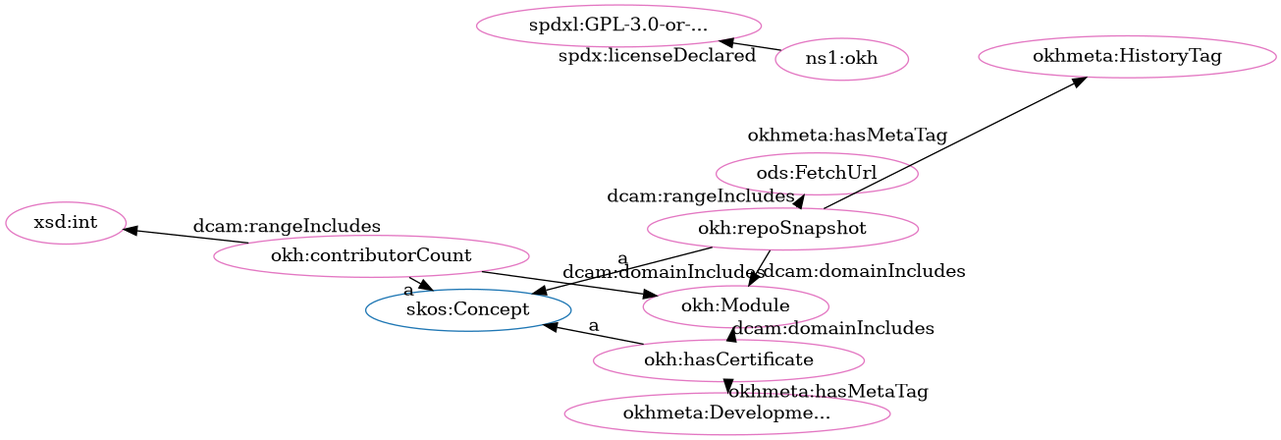
The Graphviz diagram src/spec/dot_okh_proposed-clean.png in iop-alliance/OpenKnowHow, before a commit. Its source is kept beside it as src/spec/dot_okh_proposed-clean.dot.
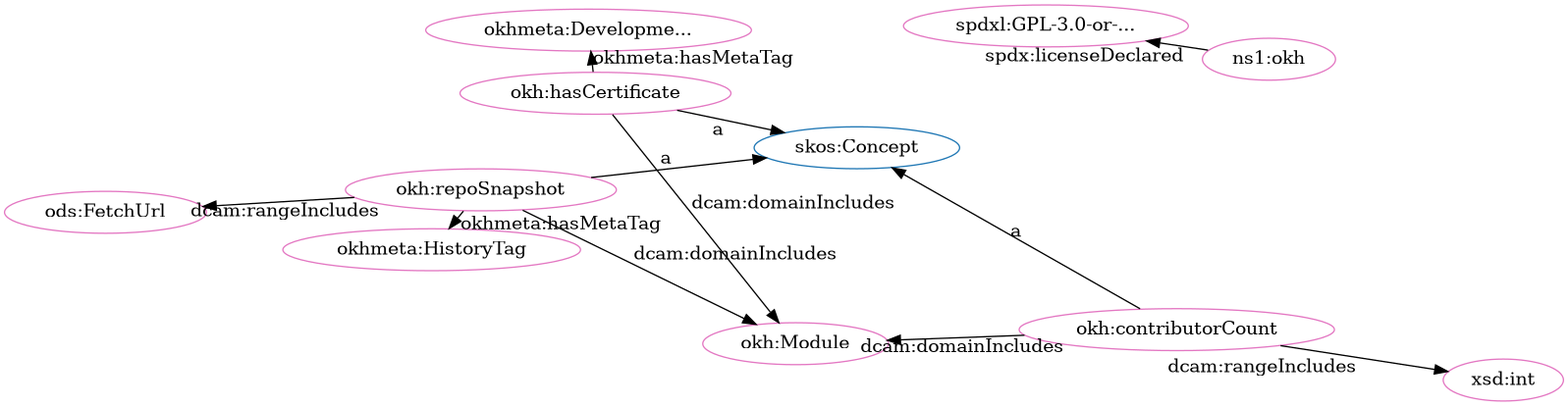
Later version of the same file.

What changed in the source:
```diff
@@ -2,25 +2,25 @@
   rankdir=BT
   node[height=.3]
 "http://www.w3.org/2004/02/skos/core#Concept" [fillcolor="#1f77b4" color="#1f77b4" label="skos:Concept"]
+"http://w3id.org/oseg/ont/ods#FetchUrl" [fillcolor="#e377c2" color="#e377c2" label="ods:FetchUrl"]
+"http://w3id.org/oseg/ont/okhmeta#HistoryTag" [fillcolor="#e377c2" color="#e377c2" label="okhmeta:HistoryTag"]
+"http://w3id.org/oseg/ont/okh#hasCertificate" [fillcolor="#e377c2" color="#e377c2" label="okh:hasCertificate"]
+"http://w3id.org/oseg/ont/okh#contributorCount" [fillcolor="#e377c2" color="#e377c2" label="okh:contributorCount"]
 "http://w3id.org/oseg/ont/okh#repoSnapshot" [fillcolor="#e377c2" color="#e377c2" label="okh:repoSnapshot"]
-"http://w3id.org/oseg/ont/okh#hasCertificate" [fillcolor="#e377c2" color="#e377c2" label="okh:hasCertificate"]
+"http://w3id.org/oseg/ont/okhmeta#DevelopmentTag" [fillcolor="#e377c2" color="#e377c2" label="okhmeta:Developme..."]
 "http://w3id.org/oseg/ont/okh#Module" [fillcolor="#e377c2" color="#e377c2" label="okh:Module"]
-"http://w3id.org/oseg/ont/ods#FetchUrl" [fillcolor="#e377c2" color="#e377c2" label="ods:FetchUrl"]
-"http://w3id.org/oseg/ont/okh#contributorCount" [fillcolor="#e377c2" color="#e377c2" label="okh:contributorCount"]
+"http://www.w3.org/2001/XMLSchema#int" [fillcolor="#e377c2" color="#e377c2" label="xsd:int"]
 "http://spdx.org/licenses/GPL-3.0-or-later" [fillcolor="#e377c2" color="#e377c2" label="spdxl:GPL-3.0-or-..."]
-"http://www.w3.org/2001/XMLSchema#int" [fillcolor="#e377c2" color="#e377c2" label="xsd:int"]
 "http://w3id.org/oseg/ont/okh" [fillcolor="#e377c2" color="#e377c2" label="ns1:okh"]
-"http://w3id.org/oseg/ont/okhmeta#DevelopmentTag" [fillcolor="#e377c2" color="#e377c2" label="okhmeta:Developme..."]
-"http://w3id.org/oseg/ont/okhmeta#HistoryTag" [fillcolor="#e377c2" color="#e377c2" label="okhmeta:HistoryTag"]
+  "http://w3id.org/oseg/ont/okh#repoSnapshot" -> "http://w3id.org/oseg/ont/ods#FetchUrl" [label="dcam:rangeIncludes"]
+  "http://w3id.org/oseg/ont/okh#repoSnapshot" -> "http://w3id.org/oseg/ont/okhmeta#HistoryTag" [label="okhmeta:hasMetaTag"]
   "http://w3id.org/oseg/ont/okh#repoSnapshot" -> "http://www.w3.org/2004/02/skos/core#Concept" [label="a"]
-  "http://w3id.org/oseg/ont/okh#hasCertificate" -> "http://www.w3.org/2004/02/skos/core#Concept" [label="a"]
-  "http://w3id.org/oseg/ont/okh#repoSnapshot" -> "http://w3id.org/oseg/ont/ods#FetchUrl" [label="dcam:rangeIncludes"]
-  "http://w3id.org/oseg/ont/okh#contributorCount" -> "http://www.w3.org/2004/02/skos/core#Concept" [label="a"]
-  "http://w3id.org/oseg/ont/okh#contributorCount" -> "http://www.w3.org/2001/XMLSchema#int" [label="dcam:rangeIncludes"]
   "http://w3id.org/oseg/ont/okh#hasCertificate" -> "http://w3id.org/oseg/ont/okhmeta#DevelopmentTag" [label="okhmeta:hasMetaTag"]
   "http://w3id.org/oseg/ont/okh#repoSnapshot" -> "http://w3id.org/oseg/ont/okh#Module" [label="dcam:domainIncludes"]
+  "http://w3id.org/oseg/ont/okh" -> "http://spdx.org/licenses/GPL-3.0-or-later" [label="spdx:licenseDeclared"]
   "http://w3id.org/oseg/ont/okh#hasCertificate" -> "http://w3id.org/oseg/ont/okh#Module" [label="dcam:domainIncludes"]
-  "http://w3id.org/oseg/ont/okh" -> "http://spdx.org/licenses/GPL-3.0-or-later" [label="spdx:licenseDeclared"]
+  "http://w3id.org/oseg/ont/okh#hasCertificate" -> "http://www.w3.org/2004/02/skos/core#Concept" [label="a"]
+  "http://w3id.org/oseg/ont/okh#contributorCount" -> "http://www.w3.org/2001/XMLSchema#int" [label="dcam:rangeIncludes"]
   "http://w3id.org/oseg/ont/okh#contributorCount" -> "http://w3id.org/oseg/ont/okh#Module" [label="dcam:domainIncludes"]
-  "http://w3id.org/oseg/ont/okh#repoSnapshot" -> "http://w3id.org/oseg/ont/okhmeta#HistoryTag" [label="okhmeta:hasMetaTag"]
+  "http://w3id.org/oseg/ont/okh#contributorCount" -> "http://www.w3.org/2004/02/skos/core#Concept" [label="a"]
 }
```
